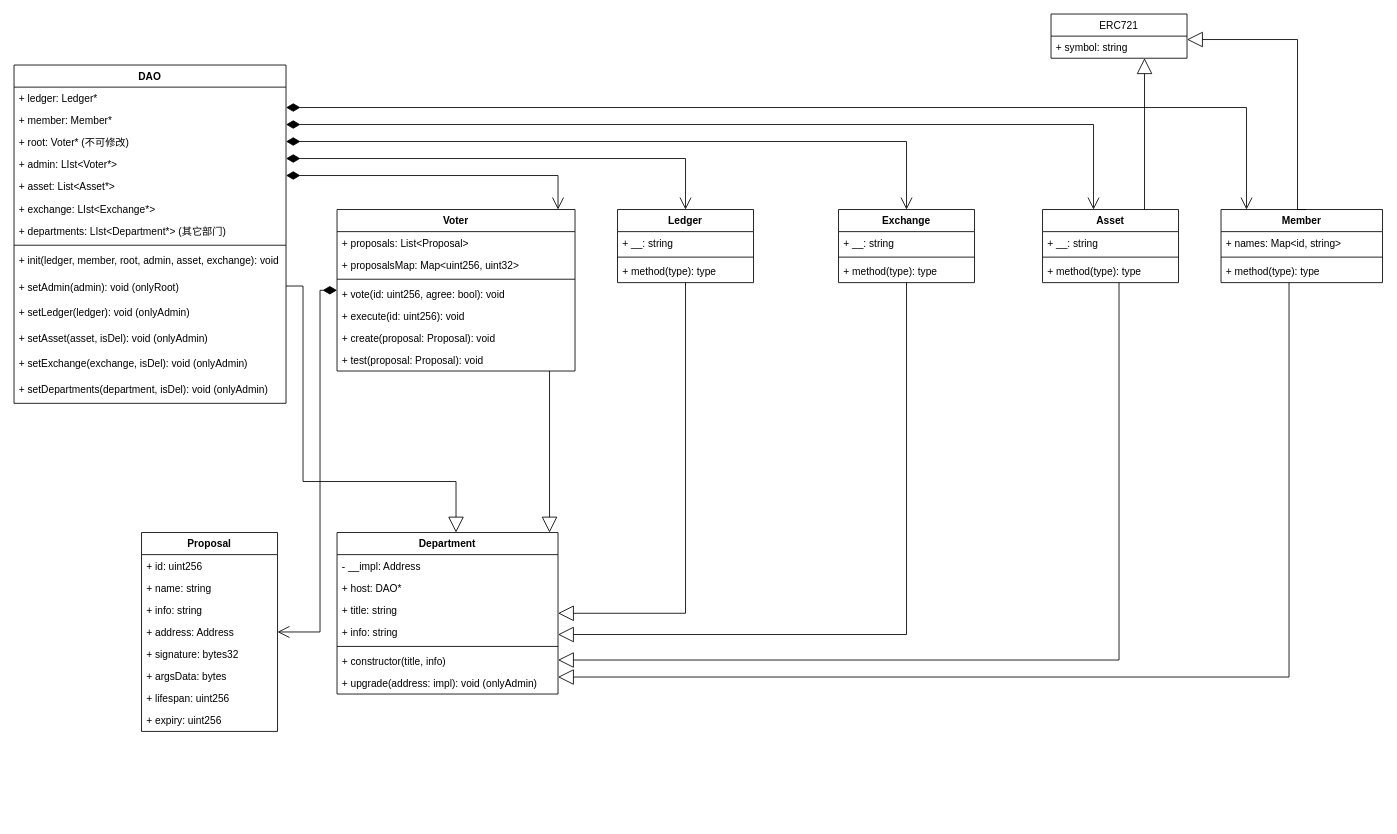
Before: page "Page-1" (1 of 2) of contracts.drawio in NFTSwap/diagrams, a draw.io diagram. Source tidied: cells renumbered, new cells numbered last; positions are measured from the earlier drawing's top-left corner, leaving out a move shared by most shapes. Both pictures are drawn from the tidied source at 85%, with x=0, y=0 at pixel (14, 14).
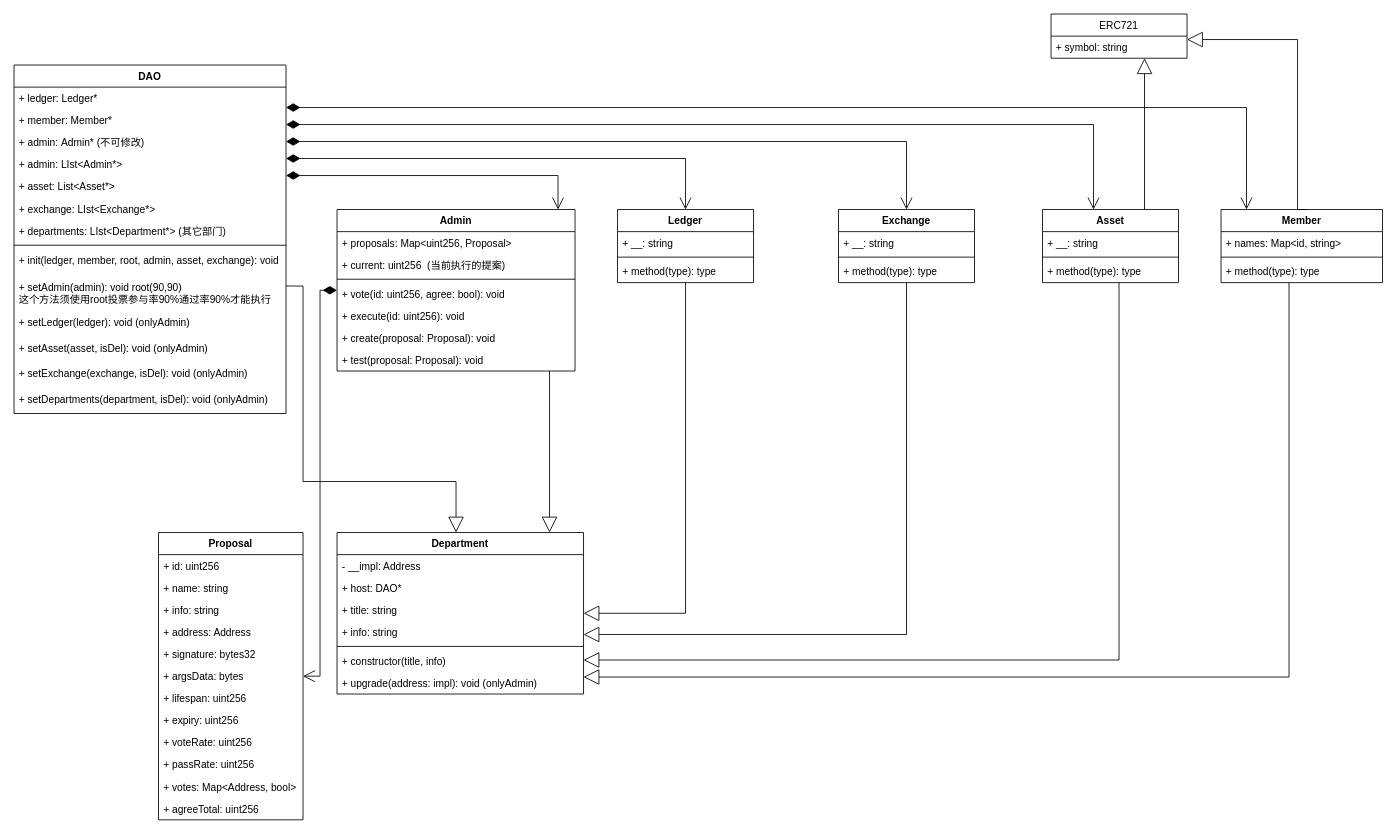
After the change.

The change refers to these unchanged cells:
```xml
<mxCell id="19" value="Asset" style="swimlane;fontStyle=1;align=center;verticalAlign=top;horizontal=1;startSize=26;" parent="1" vertex="1">
  <mxGeometry x="1210" y="230" width="160" height="86" as="geometry" />
</mxCell>
<mxCell id="24" value="Member" style="swimlane;fontStyle=1;align=center;verticalAlign=top;horizontal=1;startSize=26;" parent="1" vertex="1">
  <mxGeometry x="1420" y="230" width="190" height="86" as="geometry" />
</mxCell>
<mxCell id="31" value="Ledger" style="swimlane;fontStyle=1;align=center;verticalAlign=top;horizontal=1;startSize=26;" parent="1" vertex="1">
  <mxGeometry x="710" y="230" width="160" height="86" as="geometry" />
</mxCell>
<mxCell id="46" value="Exchange" style="swimlane;fontStyle=1;align=center;verticalAlign=top;horizontal=1;startSize=26;" parent="1" vertex="1">
  <mxGeometry x="970" y="230" width="160" height="86" as="geometry" />
</mxCell>
```

Diff of the diagram source:
```diff
@@
     <mxCell id="2" value="DAO" style="swimlane;fontStyle=1;align=center;verticalAlign=top;horizontal=1;startSize=26;" parent="1" vertex="1">
-      <mxGeometry y="60" width="320" height="398" as="geometry" />
+      <mxGeometry y="60" width="320" height="410" as="geometry" />
     </mxCell>
@@
-    <mxCell id="5" value="+ root: Voter* (不可修改)" style="text;strokeColor=none;fillColor=none;align=left;verticalAlign=top;spacingLeft=4;spacingRight=4;overflow=hidden;" parent="2" vertex="1">
+    <mxCell id="5" value="+ admin: Admin* (不可修改)" style="text;strokeColor=none;fillColor=none;align=left;verticalAlign=top;spacingLeft=4;spacingRight=4;overflow=hidden;" parent="2" vertex="1">
       <mxGeometry y="78" width="320" height="26" as="geometry" />
     </mxCell>
-    <mxCell id="6" value="+ admin: LIst&lt;Voter*&gt;" style="text;strokeColor=none;fillColor=none;align=left;verticalAlign=top;spacingLeft=4;spacingRight=4;overflow=hidden;" parent="2" vertex="1">
+    <mxCell id="6" value="+ admin: LIst&lt;Admin*&gt;" style="text;strokeColor=none;fillColor=none;align=left;verticalAlign=top;spacingLeft=4;spacingRight=4;overflow=hidden;" parent="2" vertex="1">
       <mxGeometry y="104" width="320" height="26" as="geometry" />
     </mxCell>
@@
-    <mxCell id="12" value="+ setAdmin(admin): void (onlyRoot)" style="text;strokeColor=none;fillColor=none;align=left;verticalAlign=top;spacingLeft=4;spacingRight=4;overflow=hidden;" parent="2" vertex="1">
-      <mxGeometry y="248" width="320" height="30" as="geometry" />
+    <mxCell id="12" value="+ setAdmin(admin): void root(90,90)&#10;这个方法须使用root投票参与率90%通过率90%才能执行" style="text;strokeColor=none;fillColor=none;align=left;verticalAlign=top;spacingLeft=4;spacingRight=4;overflow=hidden;" parent="2" vertex="1">
+      <mxGeometry y="248" width="320" height="42" as="geometry" />
     </mxCell>
     <mxCell id="13" value="+ setLedger(ledger): void (onlyAdmin)" style="text;strokeColor=none;fillColor=none;align=left;verticalAlign=top;spacingLeft=4;spacingRight=4;overflow=hidden;" parent="2" vertex="1">
-      <mxGeometry y="278" width="320" height="30" as="geometry" />
+      <mxGeometry y="290" width="320" height="30" as="geometry" />
     </mxCell>
     <mxCell id="14" value="+ setAsset(asset, isDel): void (onlyAdmin)" style="text;strokeColor=none;fillColor=none;align=left;verticalAlign=top;spacingLeft=4;spacingRight=4;overflow=hidden;" parent="2" vertex="1">
-      <mxGeometry y="308" width="320" height="30" as="geometry" />
+      <mxGeometry y="320" width="320" height="30" as="geometry" />
     </mxCell>
     <mxCell id="15" value="+ setExchange(exchange, isDel): void (onlyAdmin)" style="text;strokeColor=none;fillColor=none;align=left;verticalAlign=top;spacingLeft=4;spacingRight=4;overflow=hidden;" parent="2" vertex="1">
-      <mxGeometry y="338" width="320" height="30" as="geometry" />
+      <mxGeometry y="350" width="320" height="30" as="geometry" />
     </mxCell>
     <mxCell id="16" value="+ setDepartments(department, isDel): void (onlyAdmin)" style="text;strokeColor=none;fillColor=none;align=left;verticalAlign=top;spacingLeft=4;spacingRight=4;overflow=hidden;" parent="2" vertex="1">
-      <mxGeometry y="368" width="320" height="30" as="geometry" />
+      <mxGeometry y="380" width="320" height="30" as="geometry" />
     </mxCell>
@@
-    <mxCell id="36" value="Voter" style="swimlane;fontStyle=1;align=center;verticalAlign=top;horizontal=1;startSize=26;" parent="1" vertex="1">
+    <mxCell id="36" value="Admin" style="swimlane;fontStyle=1;align=center;verticalAlign=top;horizontal=1;startSize=26;" parent="1" vertex="1">
       <mxGeometry x="380" y="230" width="280" height="190" as="geometry" />
     </mxCell>
-    <mxCell id="37" value="+ proposals: List&lt;Proposal&gt;" style="text;strokeColor=none;fillColor=none;align=left;verticalAlign=top;spacingLeft=4;spacingRight=4;overflow=hidden;" parent="36" vertex="1">
-      <mxGeometry y="26" width="280" height="26" as="geometry" />
-    </mxCell>
-    <mxCell id="38" value="+ proposalsMap: Map&lt;uint256, uint32&gt;" style="text;strokeColor=none;fillColor=none;align=left;verticalAlign=top;spacingLeft=4;spacingRight=4;overflow=hidden;" parent="36" vertex="1">
-      <mxGeometry y="52" width="280" height="26" as="geometry" />
+    <mxCell id="38" value="+ proposals: Map&lt;uint256, Proposal&gt;" style="text;strokeColor=none;fillColor=none;align=left;verticalAlign=top;spacingLeft=4;spacingRight=4;overflow=hidden;" parent="36" vertex="1">
+      <mxGeometry y="26" width="280" height="26" as="geometry" />
     </mxCell>
+    <mxCell id="74" value="+ current: uint256  (当前执行的提案)" style="text;strokeColor=none;fillColor=none;align=left;verticalAlign=top;spacingLeft=4;spacingRight=4;overflow=hidden;" parent="36" vertex="1">
+      <mxGeometry y="52" width="280" height="26" as="geometry" />
+    </mxCell>
@@
     <mxCell id="50" value="Proposal" style="swimlane;fontStyle=1;align=center;verticalAlign=top;horizontal=1;startSize=26;" parent="1" vertex="1">
-      <mxGeometry x="150" y="610" width="160" height="234" as="geometry" />
+      <mxGeometry x="170" y="610" width="170" height="338" as="geometry" />
     </mxCell>
     <mxCell id="51" value="+ id: uint256" style="text;strokeColor=none;fillColor=none;align=left;verticalAlign=top;spacingLeft=4;spacingRight=4;overflow=hidden;" parent="50" vertex="1">
-      <mxGeometry y="26" width="160" height="26" as="geometry" />
+      <mxGeometry y="26" width="170" height="26" as="geometry" />
     </mxCell>
     <mxCell id="52" value="+ name: string" style="text;strokeColor=none;fillColor=none;align=left;verticalAlign=top;spacingLeft=4;spacingRight=4;overflow=hidden;" parent="50" vertex="1">
-      <mxGeometry y="52" width="160" height="26" as="geometry" />
+      <mxGeometry y="52" width="170" height="26" as="geometry" />
     </mxCell>
     <mxCell id="53" value="+ info: string" style="text;strokeColor=none;fillColor=none;align=left;verticalAlign=top;spacingLeft=4;spacingRight=4;overflow=hidden;" parent="50" vertex="1">
-      <mxGeometry y="78" width="160" height="26" as="geometry" />
+      <mxGeometry y="78" width="170" height="26" as="geometry" />
     </mxCell>
     <mxCell id="54" value="+ address: Address" style="text;strokeColor=none;fillColor=none;align=left;verticalAlign=top;spacingLeft=4;spacingRight=4;overflow=hidden;" parent="50" vertex="1">
-      <mxGeometry y="104" width="160" height="26" as="geometry" />
+      <mxGeometry y="104" width="170" height="26" as="geometry" />
     </mxCell>
     <mxCell id="55" value="+ signature: bytes32" style="text;strokeColor=none;fillColor=none;align=left;verticalAlign=top;spacingLeft=4;spacingRight=4;overflow=hidden;" parent="50" vertex="1">
-      <mxGeometry y="130" width="160" height="26" as="geometry" />
+      <mxGeometry y="130" width="170" height="26" as="geometry" />
     </mxCell>
     <mxCell id="56" value="+ argsData: bytes" style="text;strokeColor=none;fillColor=none;align=left;verticalAlign=top;spacingLeft=4;spacingRight=4;overflow=hidden;" parent="50" vertex="1">
-      <mxGeometry y="156" width="160" height="26" as="geometry" />
+      <mxGeometry y="156" width="170" height="26" as="geometry" />
     </mxCell>
     <mxCell id="57" value="+ lifespan: uint256" style="text;strokeColor=none;fillColor=none;align=left;verticalAlign=top;spacingLeft=4;spacingRight=4;overflow=hidden;" parent="50" vertex="1">
-      <mxGeometry y="182" width="160" height="26" as="geometry" />
+      <mxGeometry y="182" width="170" height="26" as="geometry" />
     </mxCell>
     <mxCell id="58" value="+ expiry: uint256" style="text;strokeColor=none;fillColor=none;align=left;verticalAlign=top;spacingLeft=4;spacingRight=4;overflow=hidden;" parent="50" vertex="1">
-      <mxGeometry y="208" width="160" height="26" as="geometry" />
+      <mxGeometry y="208" width="170" height="26" as="geometry" />
     </mxCell>
+    <mxCell id="75" value="+ voteRate: uint256" style="text;strokeColor=none;fillColor=none;align=left;verticalAlign=top;spacingLeft=4;spacingRight=4;overflow=hidden;" parent="50" vertex="1">
+      <mxGeometry y="234" width="170" height="26" as="geometry" />
+    </mxCell>
+    <mxCell id="76" value="+ passRate: uint256" style="text;strokeColor=none;fillColor=none;align=left;verticalAlign=top;spacingLeft=4;spacingRight=4;overflow=hidden;" parent="50" vertex="1">
+      <mxGeometry y="260" width="170" height="26" as="geometry" />
+    </mxCell>
+    <mxCell id="77" value="+ votes: Map&lt;Address, bool&gt;" style="text;strokeColor=none;fillColor=none;align=left;verticalAlign=top;spacingLeft=4;spacingRight=4;overflow=hidden;" parent="50" vertex="1">
+      <mxGeometry y="286" width="170" height="26" as="geometry" />
+    </mxCell>
+    <mxCell id="78" value="+ agreeTotal: uint256" style="text;strokeColor=none;fillColor=none;align=left;verticalAlign=top;spacingLeft=4;spacingRight=4;overflow=hidden;" parent="50" vertex="1">
+      <mxGeometry y="312" width="170" height="26" as="geometry" />
+    </mxCell>
@@
     <mxCell id="60" value="Department" style="swimlane;fontStyle=1;align=center;verticalAlign=top;horizontal=1;startSize=26;" parent="1" vertex="1">
-      <mxGeometry x="380" y="610" width="260" height="190" as="geometry" />
+      <mxGeometry x="380" y="610" width="290" height="190" as="geometry" />
     </mxCell>
     <mxCell id="61" value="- __impl: Address" style="text;strokeColor=none;fillColor=none;align=left;verticalAlign=top;spacingLeft=4;spacingRight=4;overflow=hidden;" parent="60" vertex="1">
-      <mxGeometry y="26" width="260" height="26" as="geometry" />
+      <mxGeometry y="26" width="290" height="26" as="geometry" />
     </mxCell>
     <mxCell id="62" value="+ host: DAO*" style="text;strokeColor=none;fillColor=none;align=left;verticalAlign=top;spacingLeft=4;spacingRight=4;overflow=hidden;" parent="60" vertex="1">
-      <mxGeometry y="52" width="260" height="26" as="geometry" />
+      <mxGeometry y="52" width="290" height="26" as="geometry" />
     </mxCell>
     <mxCell id="63" value="+ title: string" style="text;strokeColor=none;fillColor=none;align=left;verticalAlign=top;spacingLeft=4;spacingRight=4;overflow=hidden;" parent="60" vertex="1">
-      <mxGeometry y="78" width="260" height="26" as="geometry" />
+      <mxGeometry y="78" width="290" height="26" as="geometry" />
     </mxCell>
     <mxCell id="64" value="+ info: string" style="text;strokeColor=none;fillColor=none;align=left;verticalAlign=top;spacingLeft=4;spacingRight=4;overflow=hidden;" parent="60" vertex="1">
-      <mxGeometry y="104" width="260" height="26" as="geometry" />
+      <mxGeometry y="104" width="290" height="26" as="geometry" />
     </mxCell>
     <mxCell id="65" style="line;strokeWidth=1;fillColor=none;align=left;verticalAlign=middle;spacingTop=-1;spacingLeft=3;spacingRight=3;labelPosition=right;" parent="60" vertex="1">
-      <mxGeometry y="130" width="260" height="8" as="geometry" />
+      <mxGeometry y="130" width="290" height="8" as="geometry" />
     </mxCell>
     <mxCell id="66" value="+ constructor(title, info)" style="text;strokeColor=none;fillColor=none;align=left;verticalAlign=top;spacingLeft=4;spacingRight=4;overflow=hidden;" parent="60" vertex="1">
-      <mxGeometry y="138" width="260" height="26" as="geometry" />
+      <mxGeometry y="138" width="290" height="26" as="geometry" />
     </mxCell>
     <mxCell id="67" value="+ upgrade(address: impl): void (onlyAdmin)" style="text;strokeColor=none;fillColor=none;align=left;verticalAlign=top;spacingLeft=4;spacingRight=4;overflow=hidden;" parent="60" vertex="1">
-      <mxGeometry y="164" width="260" height="26" as="geometry" />
+      <mxGeometry y="164" width="290" height="26" as="geometry" />
     </mxCell>
-    <mxCell id="68" style="endArrow=block;endSize=16;endFill=0;html=1;rounded=0;fontColor=#FF0000;elbow=vertical;edgeStyle=orthogonalEdgeStyle;" parent="1" edge="1" source="36" target="60">
+    <mxCell id="68" style="endArrow=block;endSize=16;endFill=0;html=1;rounded=0;elbow=vertical;edgeStyle=orthogonalEdgeStyle;" parent="1" edge="1" source="36" target="60">
       <mxGeometry relative="1" as="geometry">
         <Array as="points">
           <mxPoint x="630" y="460" />
           <mxPoint x="630" y="460" />
         </Array>
       </mxGeometry>
     </mxCell>
-    <mxCell id="69" style="endArrow=block;endSize=16;endFill=0;html=1;rounded=0;fontColor=#FF0000;elbow=vertical;edgeStyle=orthogonalEdgeStyle;" parent="1" edge="1" source="31" target="60">
+    <mxCell id="69" style="endArrow=block;endSize=16;endFill=0;html=1;rounded=0;elbow=vertical;edgeStyle=orthogonalEdgeStyle;" parent="1" edge="1" source="31" target="60">
       <mxGeometry relative="1" as="geometry">
         <Array as="points">
           <mxPoint x="790" y="705" />
         </Array>
       </mxGeometry>
     </mxCell>
-    <mxCell id="70" style="endArrow=block;endSize=16;endFill=0;html=1;rounded=0;fontColor=#FF0000;elbow=vertical;edgeStyle=orthogonalEdgeStyle;" parent="1" edge="1" source="46" target="60">
+    <mxCell id="70" style="endArrow=block;endSize=16;endFill=0;html=1;rounded=0;elbow=vertical;edgeStyle=orthogonalEdgeStyle;" parent="1" edge="1" source="46" target="60">
       <mxGeometry relative="1" as="geometry">
         <Array as="points">
           <mxPoint x="1050" y="730" />
         </Array>
       </mxGeometry>
     </mxCell>
-    <mxCell id="71" style="endArrow=block;endSize=16;endFill=0;html=1;rounded=0;fontColor=#FF0000;elbow=vertical;edgeStyle=orthogonalEdgeStyle;" parent="1" edge="1" source="19" target="60">
+    <mxCell id="71" style="endArrow=block;endSize=16;endFill=0;html=1;rounded=0;elbow=vertical;edgeStyle=orthogonalEdgeStyle;" parent="1" edge="1" source="19" target="60">
       <mxGeometry relative="1" as="geometry">
         <Array as="points">
           <mxPoint x="1300" y="760" />
         </Array>
       </mxGeometry>
     </mxCell>
-    <mxCell id="72" style="endArrow=block;endSize=16;endFill=0;html=1;rounded=0;fontColor=#FF0000;elbow=vertical;edgeStyle=orthogonalEdgeStyle;" parent="1" edge="1" source="24" target="60">
+    <mxCell id="72" style="endArrow=block;endSize=16;endFill=0;html=1;rounded=0;elbow=vertical;edgeStyle=orthogonalEdgeStyle;" parent="1" edge="1" source="24" target="60">
       <mxGeometry relative="1" as="geometry">
         <Array as="points">
           <mxPoint x="1500" y="780" />
         </Array>
       </mxGeometry>
     </mxCell>
-    <mxCell id="73" style="endArrow=block;endSize=16;endFill=0;html=1;rounded=0;fontColor=#FF0000;elbow=vertical;edgeStyle=orthogonalEdgeStyle;" parent="1" edge="1" source="2" target="60">
+    <mxCell id="73" style="endArrow=block;endSize=16;endFill=0;html=1;rounded=0;elbow=vertical;edgeStyle=orthogonalEdgeStyle;" parent="1" edge="1" source="2" target="60">
       <mxGeometry relative="1" as="geometry">
         <Array as="points">
           <mxPoint x="340" y="320" />
           <mxPoint x="340" y="550" />
           <mxPoint x="520" y="550" />
         </Array>
       </mxGeometry>
     </mxCell>
```
